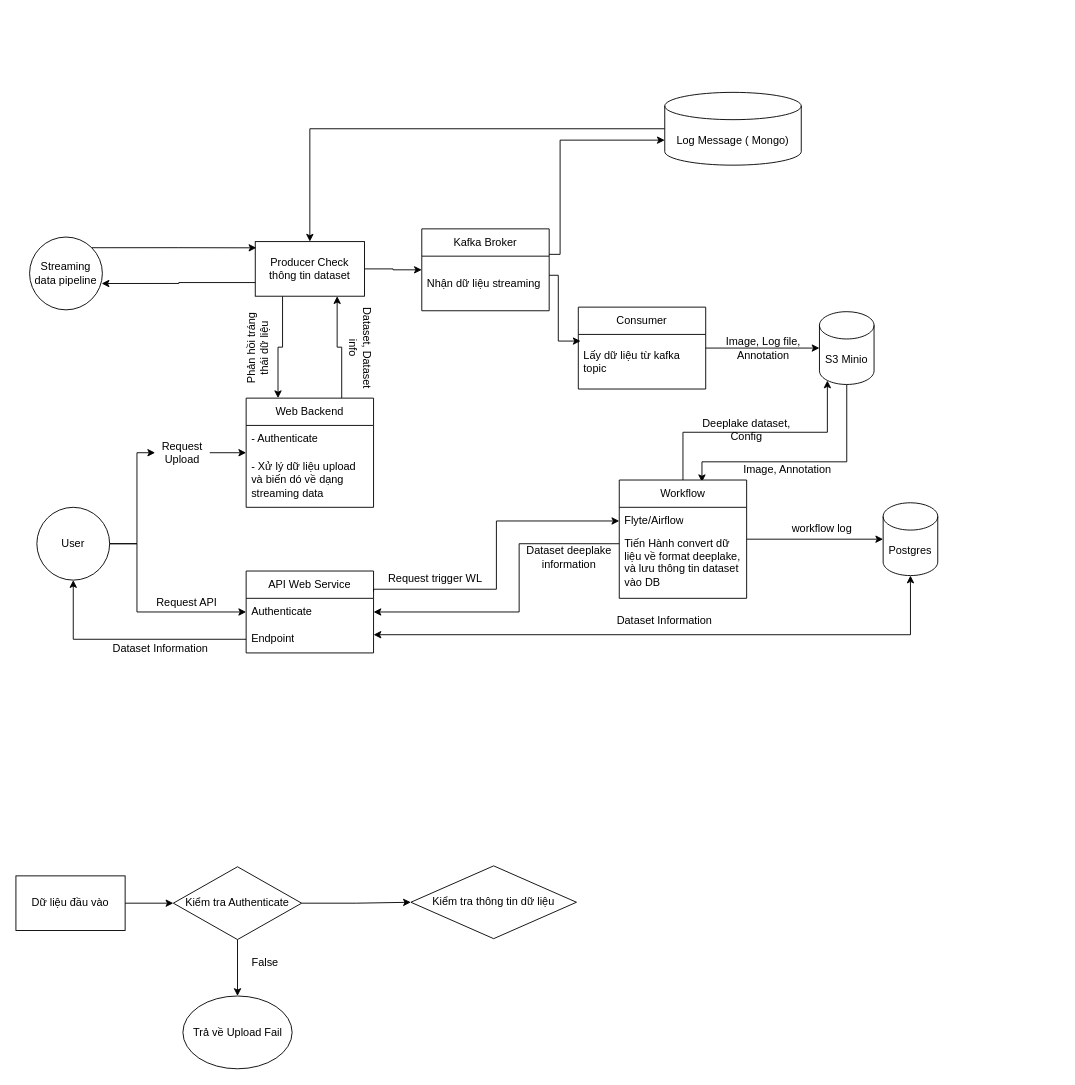
The draw.io diagram Untitled Diagram.drawio in KandaIsMe/nyc_taxi_feature_store, before the edit. Source tidied: cells renumbered, new cells numbered last; positions are measured from the earlier drawing's top-left corner, leaving out a move shared by most shapes. Both pictures are drawn from the tidied source at 91%, with x=0, y=0 at pixel (15, 92).
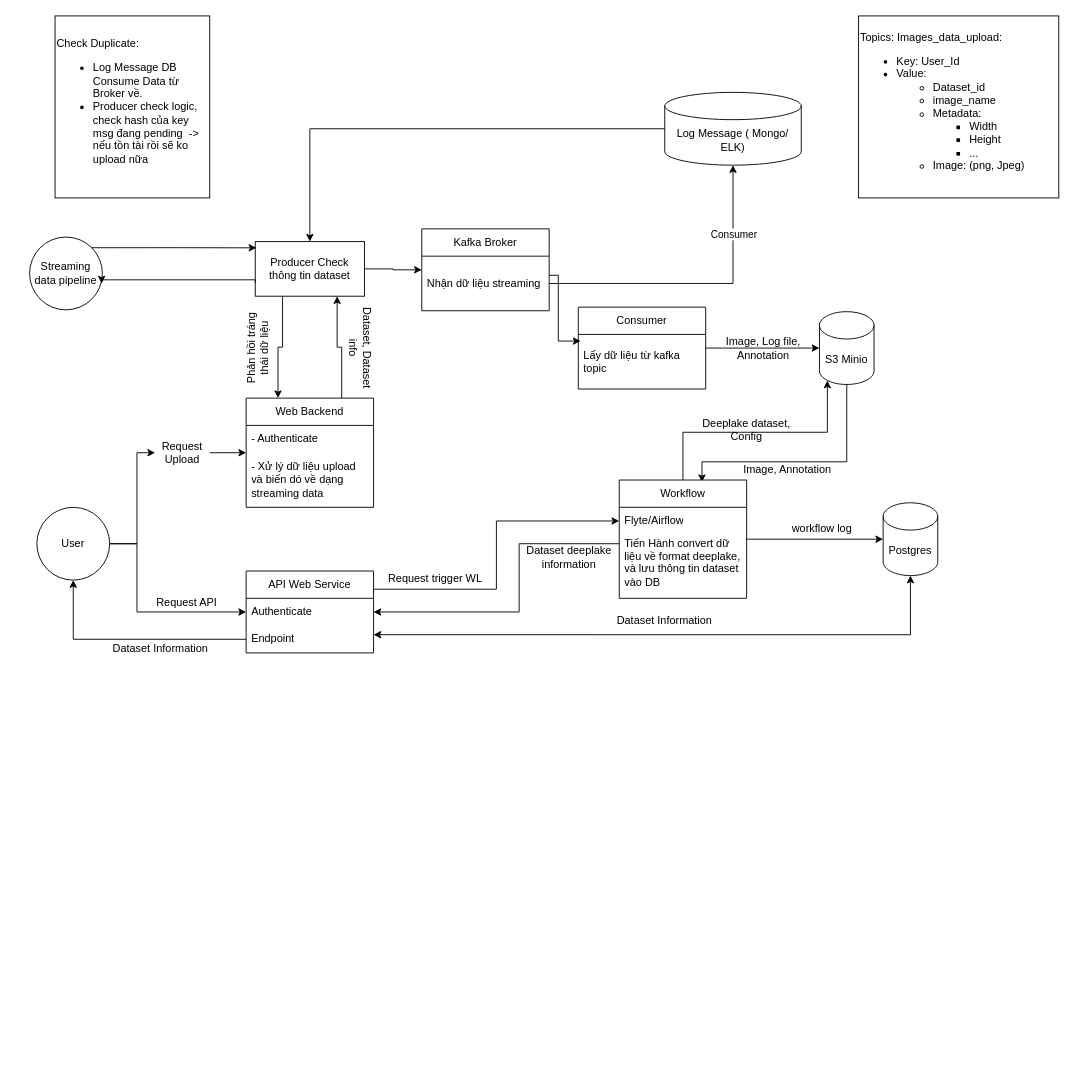
The same page after the edit.

Unchanged cells that the change refers to:
```xml
<mxCell id="5" value="Streaming data pipeline" style="ellipse;whiteSpace=wrap;html=1;" parent="1" vertex="1">
  <mxGeometry x="15" y="159" width="80" height="80" as="geometry" />
</mxCell>
<mxCell id="40" value="Kafka Broker" style="swimlane;fontStyle=0;horizontal=1;startSize=30;whiteSpace=wrap;html=1;" parent="1" vertex="1">
  <mxGeometry x="446" y="150" width="140" height="90" as="geometry" />
</mxCell>
<mxCell id="41" value="Nhận dữ liệu streaming" style="text;strokeColor=none;fillColor=none;align=left;verticalAlign=middle;spacingLeft=4;spacingRight=4;overflow=hidden;points=[[0,0.5],[1,0.5]];portConstraint=eastwest;whiteSpace=wrap;html=1;" parent="40" vertex="1">
  <mxGeometry y="30" width="140" height="60" as="geometry" />
</mxCell>
<mxCell id="49" value="Producer Check thông tin dataset" style="rounded=0;whiteSpace=wrap;html=1;" parent="1" vertex="1">
  <mxGeometry x="263" y="164" width="120" height="60" as="geometry" />
</mxCell>
```

Diff of the diagram source:
```diff
@@
-    <mxCell id="44" value="Log Message ( Mongo)" style="shape=cylinder3;whiteSpace=wrap;html=1;boundedLbl=1;backgroundOutline=1;size=15;" parent="1" vertex="1">
+    <mxCell id="44" value="Log Message ( Mongo/ ELK)" style="shape=cylinder3;whiteSpace=wrap;html=1;boundedLbl=1;backgroundOutline=1;size=15;" parent="1" vertex="1">
       <mxGeometry x="713" width="150" height="80" as="geometry" />
     </mxCell>
-    <mxCell id="45" style="edgeStyle=orthogonalEdgeStyle;rounded=0;jettySize=auto;html=1;entryX=0;entryY=0;entryDx=0;entryDy=52.5;entryPerimeter=0;" parent="1" edge="1" source="40" target="44">
-      <mxGeometry relative="1" as="geometry">
-        <Array as="points">
-          <mxPoint x="598" y="178" />
-          <mxPoint x="598" y="53" />
-        </Array>
-      </mxGeometry>
-    </mxCell>
@@
     <mxCell id="51" style="edgeStyle=orthogonalEdgeStyle;rounded=0;jettySize=auto;html=1;exitX=0;exitY=0.75;exitDx=0;exitDy=0;entryX=0.99;entryY=0.638;entryDx=0;entryDy=0;entryPerimeter=0;" parent="1" edge="1" source="49" target="5">
-      <mxGeometry relative="1" as="geometry" />
+      <mxGeometry relative="1" as="geometry">
+        <Array as="points">
+          <mxPoint x="263" y="206" />
+          <mxPoint x="94" y="206" />
+        </Array>
+      </mxGeometry>
     </mxCell>
-    <mxCell id="52" style="edgeStyle=orthogonalEdgeStyle;rounded=0;jettySize=auto;html=1;entryX=0;entryY=0.5;entryDx=0;entryDy=0;" parent="1" edge="1" source="53" target="56">
-      <mxGeometry relative="1" as="geometry" />
-    </mxCell>
-    <mxCell id="53" value="Dữ liệu đầu vào" style="rounded=0;whiteSpace=wrap;html=1;" parent="1" vertex="1">
-      <mxGeometry y="861" width="120" height="60" as="geometry" />
-    </mxCell>
-    <mxCell id="54" style="edgeStyle=orthogonalEdgeStyle;rounded=0;jettySize=auto;html=1;entryX=0.5;entryY=0;entryDx=0;entryDy=0;" parent="1" edge="1" source="56" target="57">
-      <mxGeometry relative="1" as="geometry" />
-    </mxCell>
-    <mxCell id="55" style="edgeStyle=orthogonalEdgeStyle;rounded=0;jettySize=auto;html=1;entryX=0;entryY=0.5;entryDx=0;entryDy=0;" parent="1" edge="1" source="56">
-      <mxGeometry relative="1" as="geometry">
-        <mxPoint x="434" y="890" as="targetPoint" />
-      </mxGeometry>
-    </mxCell>
-    <mxCell id="56" value="Kiểm tra Authenticate" style="rhombus;whiteSpace=wrap;html=1;" parent="1" vertex="1">
-      <mxGeometry x="173" y="851" width="141" height="80" as="geometry" />
-    </mxCell>
-    <mxCell id="57" value="Trả về Upload Fail" style="ellipse;whiteSpace=wrap;html=1;" parent="1" vertex="1">
-      <mxGeometry x="183.5" y="993" width="120" height="80" as="geometry" />
-    </mxCell>
-    <mxCell id="58" value="False" style="text;html=1;align=center;verticalAlign=middle;whiteSpace=wrap;rounded=0;" parent="1" vertex="1">
-      <mxGeometry x="243.5" y="942" width="60" height="30" as="geometry" />
-    </mxCell>
-    <mxCell id="59" value="Kiểm tra thông tin dữ liệu" style="rhombus;whiteSpace=wrap;html=1;" parent="1" vertex="1">
-      <mxGeometry x="434" y="850" width="182" height="80" as="geometry" />
-    </mxCell>
+    <mxCell id="60" style="edgeStyle=orthogonalEdgeStyle;rounded=0;jettySize=auto;html=1;entryX=0.5;entryY=1;entryDx=0;entryDy=0;entryPerimeter=0;" parent="1" edge="1" source="41" target="44">
+      <mxGeometry relative="1" as="geometry" />
+    </mxCell>
+    <mxCell id="61" value="Consumer" style="edgeLabel;html=1;align=center;verticalAlign=middle;" parent="60" vertex="1">
+      <mxGeometry x="0.55" relative="1" as="geometry" />
+    </mxCell>
+    <mxCell id="62" value="Topics: Images_data_upload:&lt;br&gt;&lt;ul&gt;&lt;li&gt;Key: User_Id&amp;nbsp;&lt;/li&gt;&lt;li&gt;Value:&amp;nbsp;&lt;/li&gt;&lt;ul&gt;&lt;li&gt;Dataset_id&lt;/li&gt;&lt;li&gt;image_name&lt;/li&gt;&lt;li&gt;Metadata:&lt;/li&gt;&lt;ul&gt;&lt;li&gt;Width&lt;/li&gt;&lt;li&gt;Height&lt;/li&gt;&lt;li&gt;...&lt;/li&gt;&lt;/ul&gt;&lt;li&gt;Image: (png, Jpeg)&lt;/li&gt;&lt;/ul&gt;&lt;/ul&gt;" style="rounded=0;whiteSpace=wrap;html=1;align=left;" parent="1" vertex="1">
+      <mxGeometry x="926" y="-84" width="220" height="200" as="geometry" />
+    </mxCell>
+    <mxCell id="63" value="Check Duplicate:&lt;br&gt;&lt;div style=&quot;&quot;&gt;&lt;ul&gt;&lt;li&gt;&lt;span style=&quot;background-color: initial;&quot;&gt;Log Message DB Consume Data từ Broker về.&lt;/span&gt;&lt;/li&gt;&lt;li&gt;&lt;span style=&quot;background-color: initial;&quot;&gt;Producer check logic, check hash của key msg đang pending&amp;nbsp; -&amp;gt; nếu tồn tài rồi sẽ ko upload nữa&lt;/span&gt;&lt;/li&gt;&lt;/ul&gt;&lt;/div&gt;" style="rounded=0;whiteSpace=wrap;html=1;align=left;" parent="1" vertex="1">
+      <mxGeometry x="43" y="-84" width="170" height="200" as="geometry" />
+    </mxCell>
```
